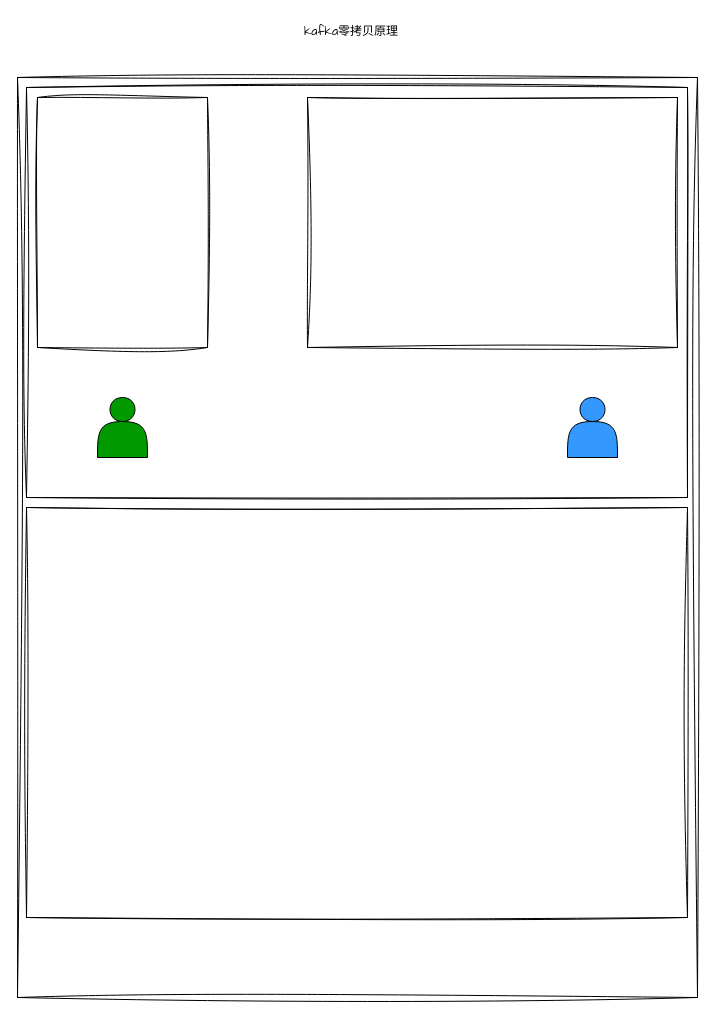
This is image-text/kafka零拷贝原理.drawio from Rodert/javapub_oss, a draw.io file, before an edit. Source tidied: cells renumbered, new cells numbered last; positions are measured from the earlier drawing's top-left corner, leaving out a move shared by most shapes. Both pictures are drawn from the tidied source at 100%, with x=0, y=0 at pixel (17, 17).
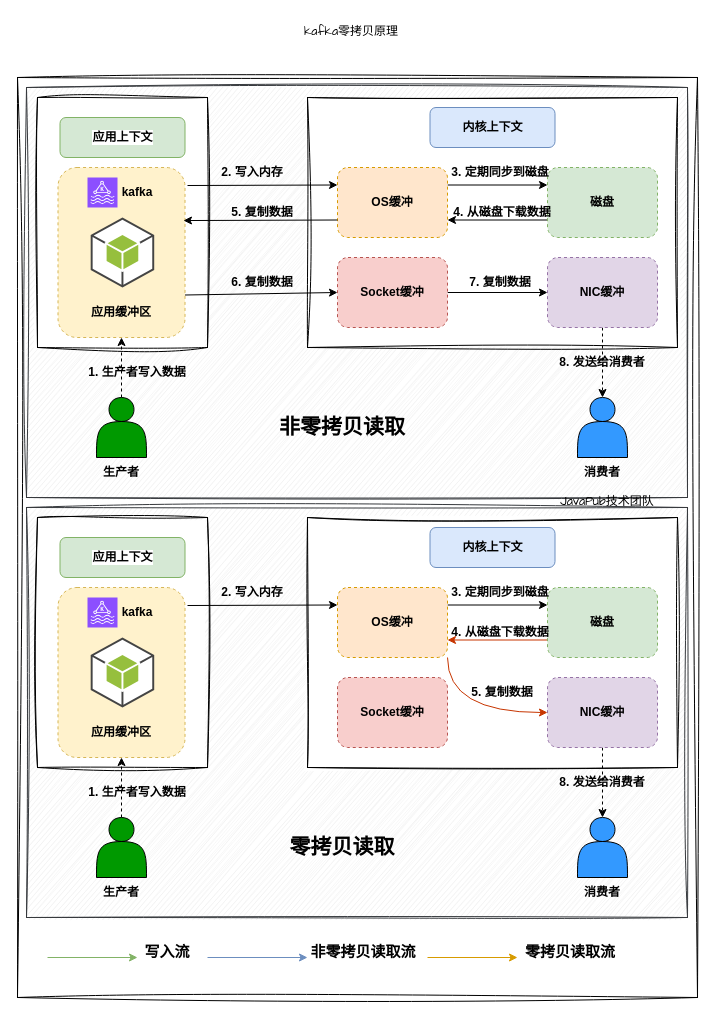
The same page after the edit.

Commit message (it also covers changes not shown here):
更新kafka零拷贝原理.drawio

The edit, as a diff of the source:
```diff
@@
-    <mxCell id="7" style="rounded=0;whiteSpace=wrap;html=1;sketch=1;hachureGap=4;jiggle=2;curveFitting=1;fontFamily=Architects Daughter;" parent="1" vertex="1">
+    <mxCell id="7" style="rounded=0;whiteSpace=wrap;html=1;sketch=1;hachureGap=4;jiggle=2;curveFitting=1;fontFamily=Architects Daughter;fillColor=#eeeeee;strokeColor=#36393d;" parent="1" vertex="1">
       <mxGeometry x="9" y="70" width="661" height="410" as="geometry" />
     </mxCell>
-    <mxCell id="8" style="rounded=0;whiteSpace=wrap;html=1;sketch=1;hachureGap=4;jiggle=2;curveFitting=1;fontFamily=Architects Daughter;" parent="1" vertex="1">
-      <mxGeometry x="9" y="490" width="661" height="410" as="geometry" />
-    </mxCell>
@@
+    <mxCell id="13" style="edgeStyle=orthogonalEdgeStyle;rounded=0;hachureGap=4;jettySize=auto;html=1;exitX=0.5;exitY=0;exitDx=0;exitDy=0;entryX=0.5;entryY=1;entryDx=0;entryDy=0;fontFamily=Architects Daughter;dashed=1;" parent="1" edge="1" source="11" target="18">
+      <mxGeometry relative="1" as="geometry" />
+    </mxCell>
     <mxCell id="11" style="shape=actor;whiteSpace=wrap;html=1;hachureGap=4;fontFamily=Architects Daughter;fillColor=#009900;" parent="1" vertex="1">
-      <mxGeometry x="80" y="380" width="50" height="60" as="geometry" />
+      <mxGeometry x="79" y="380" width="50" height="60" as="geometry" />
     </mxCell>
     <mxCell id="12" style="shape=actor;whiteSpace=wrap;html=1;hachureGap=4;fontFamily=Architects Daughter;fillColor=#3399FF;" parent="1" vertex="1">
-      <mxGeometry x="550" y="380" width="50" height="60" as="geometry" />
+      <mxGeometry x="560" y="380" width="50" height="60" as="geometry" />
     </mxCell>
+    <mxCell id="14" value="应用上下文" style="rounded=1;whiteSpace=wrap;html=1;hachureGap=4;fontFamily=Helvetica;fontStyle=1;labelBackgroundColor=default;fillColor=#d5e8d4;strokeColor=#82b366;" parent="1" vertex="1">
+      <mxGeometry x="42.5" y="100" width="125" height="40" as="geometry" />
+    </mxCell>
+    <mxCell id="15" value="内核上下文" style="rounded=1;whiteSpace=wrap;html=1;hachureGap=4;fontFamily=Helvetica;fontStyle=1;fillColor=#dae8fc;strokeColor=#6c8ebf;" parent="1" vertex="1">
+      <mxGeometry x="412.5" y="90" width="125" height="40" as="geometry" />
+    </mxCell>
+    <mxCell id="16" style="rounded=0;hachureGap=4;jettySize=auto;html=1;entryX=0;entryY=0.25;entryDx=0;entryDy=0;fontFamily=Architects Daughter;flowAnimation=1;" parent="1" edge="1" target="26">
+      <mxGeometry relative="1" as="geometry">
+        <mxPoint x="170" y="168" as="sourcePoint" />
+      </mxGeometry>
+    </mxCell>
+    <mxCell id="17" style="rounded=0;hachureGap=4;jettySize=auto;html=1;exitX=1;exitY=0.75;exitDx=0;exitDy=0;entryX=0;entryY=0.5;entryDx=0;entryDy=0;fontFamily=Architects Daughter;flowAnimation=1;" parent="1" edge="1" source="18" target="28">
+      <mxGeometry relative="1" as="geometry" />
+    </mxCell>
+    <mxCell id="18" style="rounded=1;whiteSpace=wrap;html=1;hachureGap=4;fontFamily=Architects Daughter;dashed=1;fillColor=#fff2cc;strokeColor=#d6b656;" parent="1" vertex="1">
+      <mxGeometry x="40.5" y="150" width="127" height="170" as="geometry" />
+    </mxCell>
+    <mxCell id="19" style="fontColor=#232F3E;fillColor=#8C4FFF;strokeColor=#ffffff;dashed=0;verticalLabelPosition=bottom;verticalAlign=top;align=center;html=1;fontSize=12;fontStyle=0;shape=mxgraph.aws4.resourceIcon;resIcon=mxgraph.aws4.managed_streaming_for_kafka;hachureGap=4;fontFamily=Architects Daughter;shadow=0;" parent="1" vertex="1">
+      <mxGeometry x="70" y="160" width="30" height="30" as="geometry" />
+    </mxCell>
+    <mxCell id="20" style="dashed=0;verticalLabelPosition=bottom;verticalAlign=top;align=center;html=1;shape=mxgraph.aws3.android;fillColor=#96BF3D;gradientColor=none;hachureGap=4;fontFamily=Architects Daughter;" parent="1" vertex="1">
+      <mxGeometry x="73.2" y="200" width="63.5" height="70" as="geometry" />
+    </mxCell>
+    <mxCell id="21" value="kafka" style="text;html=1;align=center;verticalAlign=middle;whiteSpace=wrap;rounded=0;fontFamily=Helvetica;fontStyle=1;" parent="1" vertex="1">
+      <mxGeometry x="100" y="165" width="40" height="20" as="geometry" />
+    </mxCell>
+    <mxCell id="22" value="应用缓冲区" style="text;html=1;align=center;verticalAlign=middle;whiteSpace=wrap;rounded=0;fontFamily=Helvetica;fontStyle=1;" parent="1" vertex="1">
+      <mxGeometry x="49" y="280" width="110" height="30" as="geometry" />
+    </mxCell>
+    <mxCell id="23" value="生产者" style="text;html=1;align=center;verticalAlign=middle;whiteSpace=wrap;rounded=0;fontFamily=Helvetica;fontStyle=1;" parent="1" vertex="1">
+      <mxGeometry x="49" y="440" width="110" height="30" as="geometry" />
+    </mxCell>
+    <mxCell id="24" value="1. 生产者写入数据" style="text;html=1;align=center;verticalAlign=middle;whiteSpace=wrap;rounded=0;fontFamily=Helvetica;fontStyle=1;" parent="1" vertex="1">
+      <mxGeometry x="65" y="340" width="110" height="30" as="geometry" />
+    </mxCell>
+    <mxCell id="25" style="rounded=0;hachureGap=4;jettySize=auto;html=1;exitX=1;exitY=0.25;exitDx=0;exitDy=0;entryX=0;entryY=0.25;entryDx=0;entryDy=0;fontFamily=Architects Daughter;flowAnimation=1;" parent="1" edge="1" source="26" target="30">
+      <mxGeometry relative="1" as="geometry" />
+    </mxCell>
+    <mxCell id="26" value="OS缓冲" style="rounded=1;whiteSpace=wrap;html=1;hachureGap=4;fontFamily=Helvetica;dashed=1;fontStyle=1;fillColor=#ffe6cc;strokeColor=#d79b00;" parent="1" vertex="1">
+      <mxGeometry x="320" y="150" width="110" height="70" as="geometry" />
+    </mxCell>
+    <mxCell id="27" style="rounded=0;hachureGap=4;jettySize=auto;html=1;exitX=1;exitY=0.5;exitDx=0;exitDy=0;entryX=0;entryY=0.5;entryDx=0;entryDy=0;fontFamily=Architects Daughter;flowAnimation=1;" parent="1" edge="1" source="28" target="32">
+      <mxGeometry relative="1" as="geometry" />
+    </mxCell>
+    <mxCell id="28" value="Socket缓冲" style="rounded=1;whiteSpace=wrap;html=1;hachureGap=4;fontFamily=Helvetica;dashed=1;fontStyle=1;fillColor=#f8cecc;strokeColor=#b85450;" parent="1" vertex="1">
+      <mxGeometry x="320" y="240" width="110" height="70" as="geometry" />
+    </mxCell>
+    <mxCell id="29" style="rounded=0;hachureGap=4;jettySize=auto;html=1;exitX=0;exitY=0.75;exitDx=0;exitDy=0;entryX=1;entryY=0.75;entryDx=0;entryDy=0;fontFamily=Architects Daughter;flowAnimation=1;" parent="1" edge="1" source="30" target="26">
+      <mxGeometry relative="1" as="geometry" />
+    </mxCell>
+    <mxCell id="30" value="磁盘" style="rounded=1;whiteSpace=wrap;html=1;hachureGap=4;fontFamily=Helvetica;dashed=1;fontStyle=1;fillColor=#d5e8d4;strokeColor=#82b366;" parent="1" vertex="1">
+      <mxGeometry x="530" y="150" width="110" height="70" as="geometry" />
+    </mxCell>
+    <mxCell id="31" style="edgeStyle=orthogonalEdgeStyle;rounded=0;hachureGap=4;jettySize=auto;html=1;exitX=0.5;exitY=1;exitDx=0;exitDy=0;entryX=0.5;entryY=0;entryDx=0;entryDy=0;fontFamily=Architects Daughter;dashed=1;" parent="1" edge="1" source="32" target="12">
+      <mxGeometry relative="1" as="geometry" />
+    </mxCell>
+    <mxCell id="32" value="NIC缓冲" style="rounded=1;whiteSpace=wrap;html=1;hachureGap=4;fontFamily=Helvetica;dashed=1;fontStyle=1;fillColor=#e1d5e7;strokeColor=#9673a6;" parent="1" vertex="1">
+      <mxGeometry x="530" y="240" width="110" height="70" as="geometry" />
+    </mxCell>
+    <mxCell id="33" style="rounded=0;hachureGap=4;jettySize=auto;html=1;exitX=0;exitY=0.75;exitDx=0;exitDy=0;entryX=0.988;entryY=0.312;entryDx=0;entryDy=0;entryPerimeter=0;fontFamily=Architects Daughter;flowAnimation=1;" parent="1" edge="1" source="26" target="18">
+      <mxGeometry relative="1" as="geometry" />
+    </mxCell>
+    <mxCell id="34" value="2. 写入内存" style="text;html=1;align=center;verticalAlign=middle;whiteSpace=wrap;rounded=0;fontFamily=Helvetica;fontStyle=1;" parent="1" vertex="1">
+      <mxGeometry x="180" y="140" width="110" height="30" as="geometry" />
+    </mxCell>
+    <mxCell id="35" value="5. 复制数据" style="text;html=1;align=center;verticalAlign=middle;whiteSpace=wrap;rounded=0;fontFamily=Helvetica;fontStyle=1;" parent="1" vertex="1">
+      <mxGeometry x="190" y="180" width="110" height="30" as="geometry" />
+    </mxCell>
+    <mxCell id="36" value="6. 复制数据" style="text;html=1;align=center;verticalAlign=middle;whiteSpace=wrap;rounded=0;fontFamily=Helvetica;fontStyle=1;" parent="1" vertex="1">
+      <mxGeometry x="190" y="250" width="110" height="30" as="geometry" />
+    </mxCell>
+    <mxCell id="37" value="3. 定期同步到磁盘" style="text;html=1;align=center;verticalAlign=middle;whiteSpace=wrap;rounded=0;fontFamily=Helvetica;fontStyle=1;" parent="1" vertex="1">
+      <mxGeometry x="427.5" y="140" width="110" height="30" as="geometry" />
+    </mxCell>
+    <mxCell id="38" value="4. 从磁盘下载数据" style="text;html=1;align=center;verticalAlign=middle;whiteSpace=wrap;rounded=0;fontFamily=Helvetica;fontStyle=1;" parent="1" vertex="1">
+      <mxGeometry x="430" y="180" width="110" height="30" as="geometry" />
+    </mxCell>
+    <mxCell id="39" value="7. 复制数据" style="text;html=1;align=center;verticalAlign=middle;whiteSpace=wrap;rounded=0;fontFamily=Helvetica;fontStyle=1;" parent="1" vertex="1">
+      <mxGeometry x="427.5" y="250" width="110" height="30" as="geometry" />
+    </mxCell>
+    <mxCell id="40" value="&lt;b&gt;&lt;font style=&quot;font-size: 21px;&quot;&gt;非零拷贝读取&lt;/font&gt;&lt;/b&gt;" style="text;html=1;align=center;verticalAlign=middle;whiteSpace=wrap;rounded=0;fontFamily=Architects Daughter;" parent="1" vertex="1">
+      <mxGeometry x="250" y="395" width="150" height="30" as="geometry" />
+    </mxCell>
+    <mxCell id="41" value="消费者" style="text;html=1;align=center;verticalAlign=middle;whiteSpace=wrap;rounded=0;fontFamily=Helvetica;fontStyle=1;" parent="1" vertex="1">
+      <mxGeometry x="530" y="440" width="110" height="30" as="geometry" />
+    </mxCell>
+    <mxCell id="42" value="8. 发送给消费者" style="text;html=1;align=center;verticalAlign=middle;whiteSpace=wrap;rounded=0;fontFamily=Helvetica;fontStyle=1;" parent="1" vertex="1">
+      <mxGeometry x="530" y="330" width="110" height="30" as="geometry" />
+    </mxCell>
+    <mxCell id="43" style="rounded=0;whiteSpace=wrap;html=1;sketch=1;hachureGap=4;jiggle=2;curveFitting=1;fontFamily=Architects Daughter;fillColor=#eeeeee;strokeColor=#36393d;" parent="1" vertex="1">
+      <mxGeometry x="9" y="490" width="661" height="410" as="geometry" />
+    </mxCell>
+    <mxCell id="44" style="rounded=0;whiteSpace=wrap;html=1;sketch=1;hachureGap=4;jiggle=2;curveFitting=1;fontFamily=Architects Daughter;" parent="1" vertex="1">
+      <mxGeometry x="20" y="500" width="170" height="250" as="geometry" />
+    </mxCell>
+    <mxCell id="45" style="rounded=0;whiteSpace=wrap;html=1;sketch=1;hachureGap=4;jiggle=2;curveFitting=1;fontFamily=Architects Daughter;" parent="1" vertex="1">
+      <mxGeometry x="290" y="500" width="370" height="250" as="geometry" />
+    </mxCell>
+    <mxCell id="46" style="edgeStyle=orthogonalEdgeStyle;rounded=0;hachureGap=4;jettySize=auto;html=1;exitX=0.5;exitY=0;exitDx=0;exitDy=0;entryX=0.5;entryY=1;entryDx=0;entryDy=0;fontFamily=Architects Daughter;dashed=1;" parent="1" edge="1" source="47" target="52">
+      <mxGeometry relative="1" as="geometry" />
+    </mxCell>
+    <mxCell id="47" style="shape=actor;whiteSpace=wrap;html=1;hachureGap=4;fontFamily=Architects Daughter;fillColor=#009900;" parent="1" vertex="1">
+      <mxGeometry x="79" y="800" width="50" height="60" as="geometry" />
+    </mxCell>
+    <mxCell id="48" style="shape=actor;whiteSpace=wrap;html=1;hachureGap=4;fontFamily=Architects Daughter;fillColor=#3399FF;" parent="1" vertex="1">
+      <mxGeometry x="560" y="800" width="50" height="60" as="geometry" />
+    </mxCell>
+    <mxCell id="49" value="应用上下文" style="rounded=1;whiteSpace=wrap;html=1;hachureGap=4;fontFamily=Helvetica;fontStyle=1;labelBackgroundColor=default;fillColor=#d5e8d4;strokeColor=#82b366;" parent="1" vertex="1">
+      <mxGeometry x="42.5" y="520" width="125" height="40" as="geometry" />
+    </mxCell>
+    <mxCell id="50" value="内核上下文" style="rounded=1;whiteSpace=wrap;html=1;hachureGap=4;fontFamily=Helvetica;fontStyle=1;fillColor=#dae8fc;strokeColor=#6c8ebf;" parent="1" vertex="1">
+      <mxGeometry x="412.5" y="510" width="125" height="40" as="geometry" />
+    </mxCell>
+    <mxCell id="51" style="rounded=0;hachureGap=4;jettySize=auto;html=1;entryX=0;entryY=0.25;entryDx=0;entryDy=0;fontFamily=Architects Daughter;flowAnimation=1;" parent="1" edge="1" target="60">
+      <mxGeometry relative="1" as="geometry">
+        <mxPoint x="170" y="588" as="sourcePoint" />
+      </mxGeometry>
+    </mxCell>
+    <mxCell id="52" style="rounded=1;whiteSpace=wrap;html=1;hachureGap=4;fontFamily=Architects Daughter;dashed=1;fillColor=#fff2cc;strokeColor=#d6b656;" parent="1" vertex="1">
+      <mxGeometry x="40.5" y="570" width="127" height="170" as="geometry" />
+    </mxCell>
+    <mxCell id="53" style="fontColor=#232F3E;fillColor=#8C4FFF;strokeColor=#ffffff;dashed=0;verticalLabelPosition=bottom;verticalAlign=top;align=center;html=1;fontSize=12;fontStyle=0;shape=mxgraph.aws4.resourceIcon;resIcon=mxgraph.aws4.managed_streaming_for_kafka;hachureGap=4;fontFamily=Architects Daughter;shadow=0;" parent="1" vertex="1">
+      <mxGeometry x="70" y="580" width="30" height="30" as="geometry" />
+    </mxCell>
+    <mxCell id="54" style="dashed=0;verticalLabelPosition=bottom;verticalAlign=top;align=center;html=1;shape=mxgraph.aws3.android;fillColor=#96BF3D;gradientColor=none;hachureGap=4;fontFamily=Architects Daughter;" parent="1" vertex="1">
+      <mxGeometry x="73.2" y="620" width="63.5" height="70" as="geometry" />
+    </mxCell>
+    <mxCell id="55" value="kafka" style="text;html=1;align=center;verticalAlign=middle;whiteSpace=wrap;rounded=0;fontFamily=Helvetica;fontStyle=1;" parent="1" vertex="1">
+      <mxGeometry x="100" y="585" width="40" height="20" as="geometry" />
+    </mxCell>
+    <mxCell id="56" value="应用缓冲区" style="text;html=1;align=center;verticalAlign=middle;whiteSpace=wrap;rounded=0;fontFamily=Helvetica;fontStyle=1;" parent="1" vertex="1">
+      <mxGeometry x="49" y="700" width="110" height="30" as="geometry" />
+    </mxCell>
+    <mxCell id="57" value="生产者" style="text;html=1;align=center;verticalAlign=middle;whiteSpace=wrap;rounded=0;fontFamily=Helvetica;fontStyle=1;" parent="1" vertex="1">
+      <mxGeometry x="49" y="860" width="110" height="30" as="geometry" />
+    </mxCell>
+    <mxCell id="58" value="1. 生产者写入数据" style="text;html=1;align=center;verticalAlign=middle;whiteSpace=wrap;rounded=0;fontFamily=Helvetica;fontStyle=1;" parent="1" vertex="1">
+      <mxGeometry x="65" y="760" width="110" height="30" as="geometry" />
+    </mxCell>
+    <mxCell id="59" style="rounded=0;hachureGap=4;jettySize=auto;html=1;exitX=1;exitY=0.25;exitDx=0;exitDy=0;entryX=0;entryY=0.25;entryDx=0;entryDy=0;fontFamily=Architects Daughter;flowAnimation=1;" parent="1" edge="1" source="60" target="64">
+      <mxGeometry relative="1" as="geometry" />
+    </mxCell>
+    <mxCell id="60" value="OS缓冲" style="rounded=1;whiteSpace=wrap;html=1;hachureGap=4;fontFamily=Helvetica;dashed=1;fontStyle=1;fillColor=#ffe6cc;strokeColor=#d79b00;" parent="1" vertex="1">
+      <mxGeometry x="320" y="570" width="110" height="70" as="geometry" />
+    </mxCell>
+    <mxCell id="61" style="rounded=0;hachureGap=4;jettySize=auto;html=1;exitX=1;exitY=1;exitDx=0;exitDy=0;entryX=0;entryY=0.5;entryDx=0;entryDy=0;fontFamily=Architects Daughter;flowAnimation=1;edgeStyle=orthogonalEdgeStyle;curved=1;fillColor=#fa6800;strokeColor=#C73500;" parent="1" edge="1" source="60" target="66">
+      <mxGeometry relative="1" as="geometry" />
+    </mxCell>
+    <mxCell id="62" value="Socket缓冲" style="rounded=1;whiteSpace=wrap;html=1;hachureGap=4;fontFamily=Helvetica;dashed=1;fontStyle=1;fillColor=#f8cecc;strokeColor=#b85450;" parent="1" vertex="1">
+      <mxGeometry x="320" y="660" width="110" height="70" as="geometry" />
+    </mxCell>
+    <mxCell id="63" style="rounded=0;hachureGap=4;jettySize=auto;html=1;exitX=0;exitY=0.75;exitDx=0;exitDy=0;entryX=1;entryY=0.75;entryDx=0;entryDy=0;fontFamily=Architects Daughter;flowAnimation=1;fillColor=#fa6800;strokeColor=#C73500;" parent="1" edge="1" source="64" target="60">
+      <mxGeometry relative="1" as="geometry" />
+    </mxCell>
+    <mxCell id="64" value="磁盘" style="rounded=1;whiteSpace=wrap;html=1;hachureGap=4;fontFamily=Helvetica;dashed=1;fontStyle=1;fillColor=#d5e8d4;strokeColor=#82b366;" parent="1" vertex="1">
+      <mxGeometry x="530" y="570" width="110" height="70" as="geometry" />
+    </mxCell>
+    <mxCell id="65" style="edgeStyle=orthogonalEdgeStyle;rounded=0;hachureGap=4;jettySize=auto;html=1;exitX=0.5;exitY=1;exitDx=0;exitDy=0;entryX=0.5;entryY=0;entryDx=0;entryDy=0;fontFamily=Architects Daughter;dashed=1;" parent="1" edge="1" source="66" target="48">
+      <mxGeometry relative="1" as="geometry" />
+    </mxCell>
+    <mxCell id="66" value="NIC缓冲" style="rounded=1;whiteSpace=wrap;html=1;hachureGap=4;fontFamily=Helvetica;dashed=1;fontStyle=1;fillColor=#e1d5e7;strokeColor=#9673a6;" parent="1" vertex="1">
+      <mxGeometry x="530" y="660" width="110" height="70" as="geometry" />
+    </mxCell>
+    <mxCell id="67" value="2. 写入内存" style="text;html=1;align=center;verticalAlign=middle;whiteSpace=wrap;rounded=0;fontFamily=Helvetica;fontStyle=1;" parent="1" vertex="1">
+      <mxGeometry x="180" y="560" width="110" height="30" as="geometry" />
+    </mxCell>
+    <mxCell id="68" value="3. 定期同步到磁盘" style="text;html=1;align=center;verticalAlign=middle;whiteSpace=wrap;rounded=0;fontFamily=Helvetica;fontStyle=1;" parent="1" vertex="1">
+      <mxGeometry x="427.5" y="560" width="110" height="30" as="geometry" />
+    </mxCell>
+    <mxCell id="69" value="4. 从磁盘下载数据" style="text;html=1;align=center;verticalAlign=middle;whiteSpace=wrap;rounded=0;fontFamily=Helvetica;fontStyle=1;" parent="1" vertex="1">
+      <mxGeometry x="427.5" y="600" width="110" height="30" as="geometry" />
+    </mxCell>
+    <mxCell id="70" value="5. 复制数据" style="text;html=1;align=center;verticalAlign=middle;whiteSpace=wrap;rounded=0;fontFamily=Helvetica;fontStyle=1;" parent="1" vertex="1">
+      <mxGeometry x="430" y="660" width="110" height="30" as="geometry" />
+    </mxCell>
+    <mxCell id="71" value="&lt;b&gt;&lt;font style=&quot;font-size: 21px;&quot;&gt;零拷贝读取&lt;/font&gt;&lt;/b&gt;" style="text;html=1;align=center;verticalAlign=middle;whiteSpace=wrap;rounded=0;fontFamily=Architects Daughter;" parent="1" vertex="1">
+      <mxGeometry x="250" y="815" width="150" height="30" as="geometry" />
+    </mxCell>
+    <mxCell id="72" value="消费者" style="text;html=1;align=center;verticalAlign=middle;whiteSpace=wrap;rounded=0;fontFamily=Helvetica;fontStyle=1;" parent="1" vertex="1">
+      <mxGeometry x="530" y="860" width="110" height="30" as="geometry" />
+    </mxCell>
+    <mxCell id="73" value="8. 发送给消费者" style="text;html=1;align=center;verticalAlign=middle;whiteSpace=wrap;rounded=0;fontFamily=Helvetica;fontStyle=1;" parent="1" vertex="1">
+      <mxGeometry x="530" y="750" width="110" height="30" as="geometry" />
+    </mxCell>
+    <mxCell id="74" style="endArrow=classic;html=1;rounded=0;hachureGap=4;fontFamily=Architects Daughter;flowAnimation=1;fillColor=#d5e8d4;strokeColor=#82b366;" parent="1" edge="1">
+      <mxGeometry relative="1" as="geometry">
+        <mxPoint x="30" y="940" as="sourcePoint" />
+        <mxPoint x="120" y="940" as="targetPoint" />
+      </mxGeometry>
+    </mxCell>
+    <mxCell id="75" value="&lt;font size=&quot;1&quot; face=&quot;Helvetica&quot;&gt;&lt;b style=&quot;font-size: 15px;&quot;&gt;写入流&lt;/b&gt;&lt;/font&gt;" style="text;html=1;align=center;verticalAlign=middle;whiteSpace=wrap;rounded=0;fontFamily=Architects Daughter;" parent="1" vertex="1">
+      <mxGeometry x="120" y="920" width="60" height="30" as="geometry" />
+    </mxCell>
+    <mxCell id="76" value="&lt;font size=&quot;1&quot; face=&quot;Helvetica&quot;&gt;&lt;b style=&quot;font-size: 15px;&quot;&gt;非零拷贝读取流&lt;/b&gt;&lt;/font&gt;" style="text;html=1;align=center;verticalAlign=middle;whiteSpace=wrap;rounded=0;fontFamily=Architects Daughter;" parent="1" vertex="1">
+      <mxGeometry x="283" y="920" width="126" height="30" as="geometry" />
+    </mxCell>
+    <mxCell id="77" value="&lt;font size=&quot;1&quot; face=&quot;Helvetica&quot;&gt;&lt;b style=&quot;font-size: 15px;&quot;&gt;零拷贝读取流&lt;/b&gt;&lt;/font&gt;" style="text;html=1;align=center;verticalAlign=middle;whiteSpace=wrap;rounded=0;fontFamily=Architects Daughter;" parent="1" vertex="1">
+      <mxGeometry x="490" y="920" width="126" height="30" as="geometry" />
+    </mxCell>
+    <mxCell id="78" style="endArrow=classic;html=1;rounded=0;hachureGap=4;fontFamily=Architects Daughter;flowAnimation=1;fillColor=#dae8fc;strokeColor=#6c8ebf;" parent="1" edge="1">
+      <mxGeometry relative="1" as="geometry">
+        <mxPoint x="190" y="940" as="sourcePoint" />
+        <mxPoint x="290" y="940" as="targetPoint" />
+      </mxGeometry>
+    </mxCell>
+    <mxCell id="79" style="endArrow=classic;html=1;rounded=0;hachureGap=4;fontFamily=Architects Daughter;flowAnimation=1;fillColor=#ffe6cc;strokeColor=#d79b00;" parent="1" edge="1">
+      <mxGeometry relative="1" as="geometry">
+        <mxPoint x="410" y="940" as="sourcePoint" />
+        <mxPoint x="500" y="940" as="targetPoint" />
+      </mxGeometry>
+    </mxCell>
+    <mxCell id="80" value="JavaPub技术团队" style="text;html=1;align=center;verticalAlign=middle;whiteSpace=wrap;rounded=0;fontFamily=Architects Daughter;" parent="1" vertex="1">
+      <mxGeometry x="540" y="480" width="100" height="10" as="geometry" />
+    </mxCell>
```
